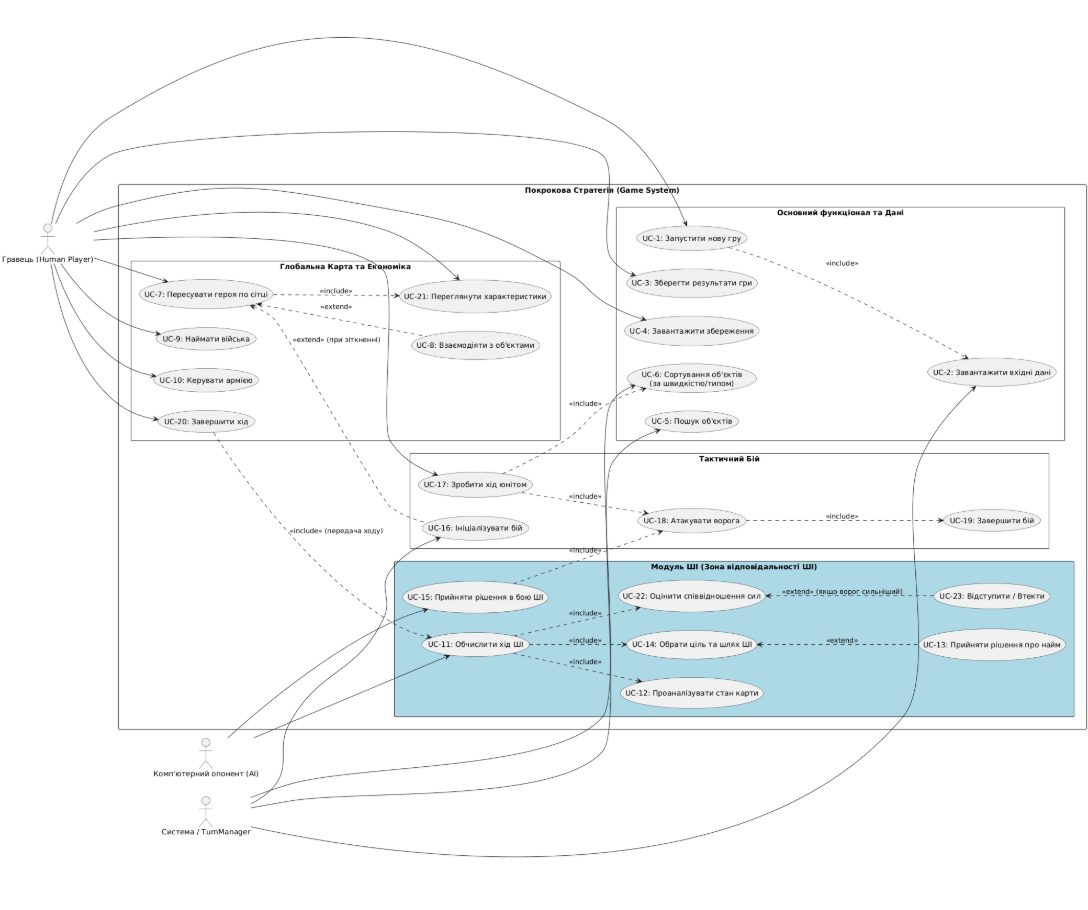
Above: Docs/UML/usecase_diagram.png in Krugovaya-Poryka/CSG (PlantUML), before the change. Its source is kept beside it as Docs/UML/usecase_diagram.puml.
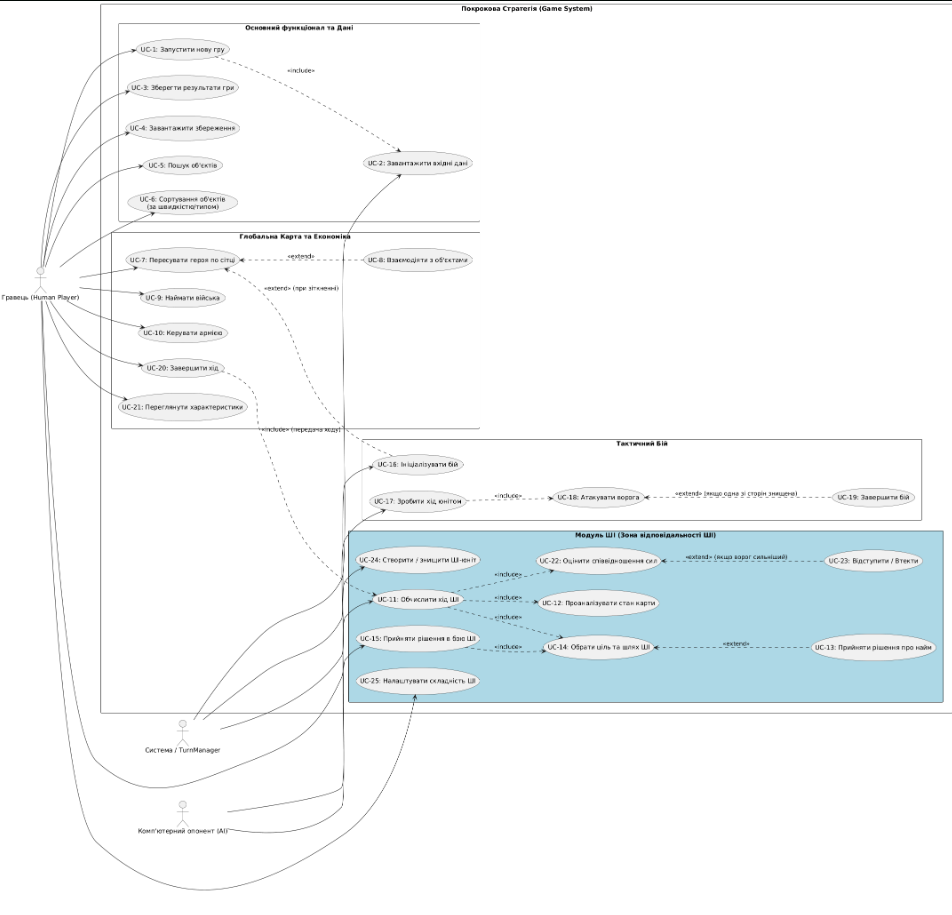
After the commit.

Commit message:
updated uml usecase

Change to the diagram source:
```diff
@@ -34,6 +34,8 @@
         usecase "UC-15: Прийняти рішення в бою ШІ" as UC15
         usecase "UC-22: Оцінити співвідношення сил" as UC22
         usecase "UC-23: Відступити / Втекти" as UC23
+        usecase "UC-24: Створити / знищити ШІ-юніт" as UC24
+        usecase "UC-25: Налаштувати складність ШІ" as UC25
     }
 
     package "Тактичний Бій" {
@@ -47,20 +49,22 @@
 Player --> UC1
 Player --> UC3
 Player --> UC4
+Player --> UC5
+Player --> UC6
 Player --> UC7
 Player --> UC9
 Player --> UC10
 Player --> UC17
 Player --> UC20
 Player --> UC21
+Player --> UC25
 
 AI --> UC11
 AI --> UC15
 
 System --> UC2
-System --> UC5
-System --> UC6
 System --> UC16
+System --> UC24
 
 UC1 ..> UC2 : <<include>>
 UC20 ..> UC11 : <<include>> (передача ходу)
@@ -68,16 +72,14 @@
 UC11 ..> UC12 : <<include>>
 UC11 ..> UC14 : <<include>>
 UC11 ..> UC22 : <<include>>
+UC15 ..> UC14 : <<include>>
 UC14 <.. UC13 : <<extend>>
 UC22 <.. UC23 : <<extend>> (якщо ворог сильніший)
 
-UC7 ..> UC21 : <<include>>
 UC7 <.. UC8 : <<extend>>
 UC7 <.. UC16 : <<extend>> (при зіткненні)
 
-UC17 ..> UC6 : <<include>>
-UC15 ..> UC18 : <<include>>
 UC17 ..> UC18 : <<include>>
-UC18 ..> UC19 : <<include>>
+UC18 <.. UC19 : <<extend>> (якщо одна зі сторін знищена)
 
 @enduml
```
